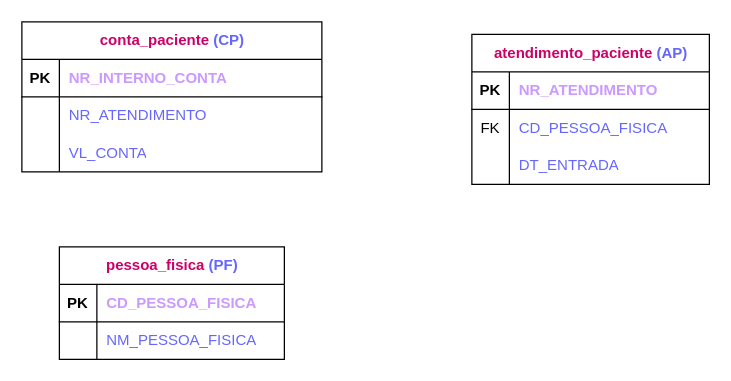
Above: Exercício19.drawio in PatriciaGavloski/diagramas.sql (draw.io), before the change. Source tidied: cells renumbered, new cells numbered last; positions are measured from the earlier drawing's top-left corner, leaving out a move shared by most shapes. Both pictures are drawn from the tidied source at 125%, with x=0, y=0 at pixel (21, 21).
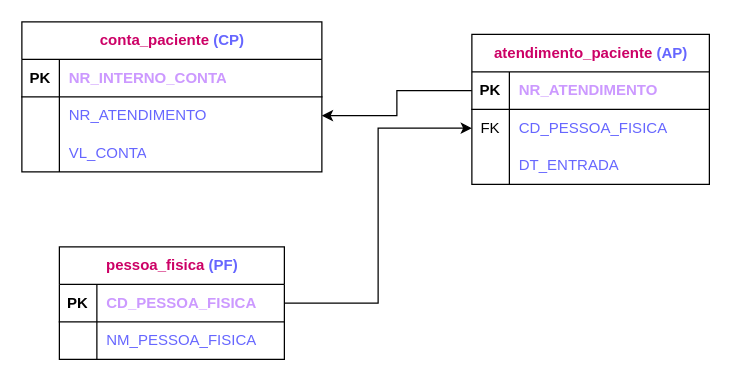
The same diagram, later.

Unchanged cells that the change refers to:
```xml
<mxCell id="6" style="shape=tableRow;horizontal=0;startSize=0;swimlaneHead=0;swimlaneBody=0;fillColor=none;points=[[0,0.5],[1,0.5]];portConstraint=eastwest;top=0;left=0;right=0;bottom=0;" parent="2" vertex="1">
  <mxGeometry y="60" width="240" height="30" as="geometry" />
</mxCell>
<mxCell id="13" style="shape=tableRow;horizontal=0;startSize=0;swimlaneHead=0;swimlaneBody=0;fillColor=none;points=[[0,0.5],[1,0.5]];portConstraint=eastwest;top=0;left=0;right=0;bottom=1;" parent="12" vertex="1">
  <mxGeometry y="30" width="190" height="30" as="geometry" />
</mxCell>
<mxCell id="16" style="shape=tableRow;horizontal=0;startSize=0;swimlaneHead=0;swimlaneBody=0;fillColor=none;points=[[0,0.5],[1,0.5]];portConstraint=eastwest;top=0;left=0;right=0;bottom=0;" parent="12" vertex="1">
  <mxGeometry y="60" width="190" height="30" as="geometry" />
</mxCell>
<mxCell id="23" style="shape=tableRow;horizontal=0;startSize=0;swimlaneHead=0;swimlaneBody=0;fillColor=none;points=[[0,0.5],[1,0.5]];portConstraint=eastwest;top=0;left=0;right=0;bottom=1;" parent="22" vertex="1">
  <mxGeometry y="30" width="180" height="30" as="geometry" />
</mxCell>
```

What changed in the source:
```diff
@@
+    <mxCell id="29" style="edgeStyle=orthogonalEdgeStyle;rounded=0;jettySize=auto;html=1;exitX=0;exitY=0.5;exitDx=0;exitDy=0;entryX=1;entryY=0.5;entryDx=0;entryDy=0;" parent="1" edge="1" source="13" target="6">
+      <mxGeometry relative="1" as="geometry" />
+    </mxCell>
+    <mxCell id="30" style="edgeStyle=orthogonalEdgeStyle;rounded=0;jettySize=auto;html=1;exitX=1;exitY=0.5;exitDx=0;exitDy=0;entryX=0;entryY=0.5;entryDx=0;entryDy=0;" parent="1" edge="1" source="23" target="16">
+      <mxGeometry relative="1" as="geometry" />
+    </mxCell>
```
